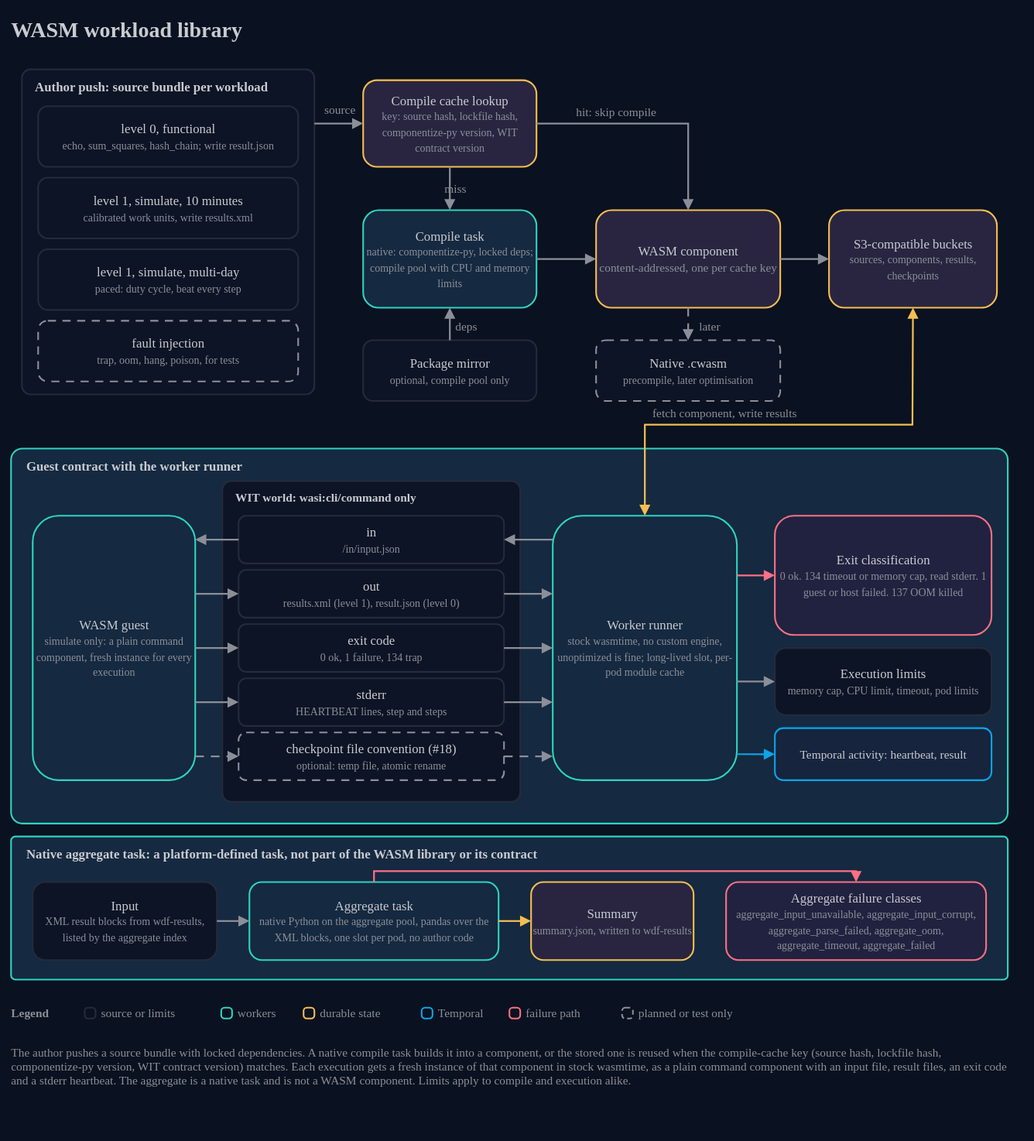
This is docs/architecture/14-wasm-workload-library.drawio.svg from AndoNorth/wasm-dag-forge, a draw.io export, as it was before one commit. Source tidied: cells renumbered, new cells last; positions are measured from the earlier drawing's top-left corner, leaving out a move shared by most shapes.
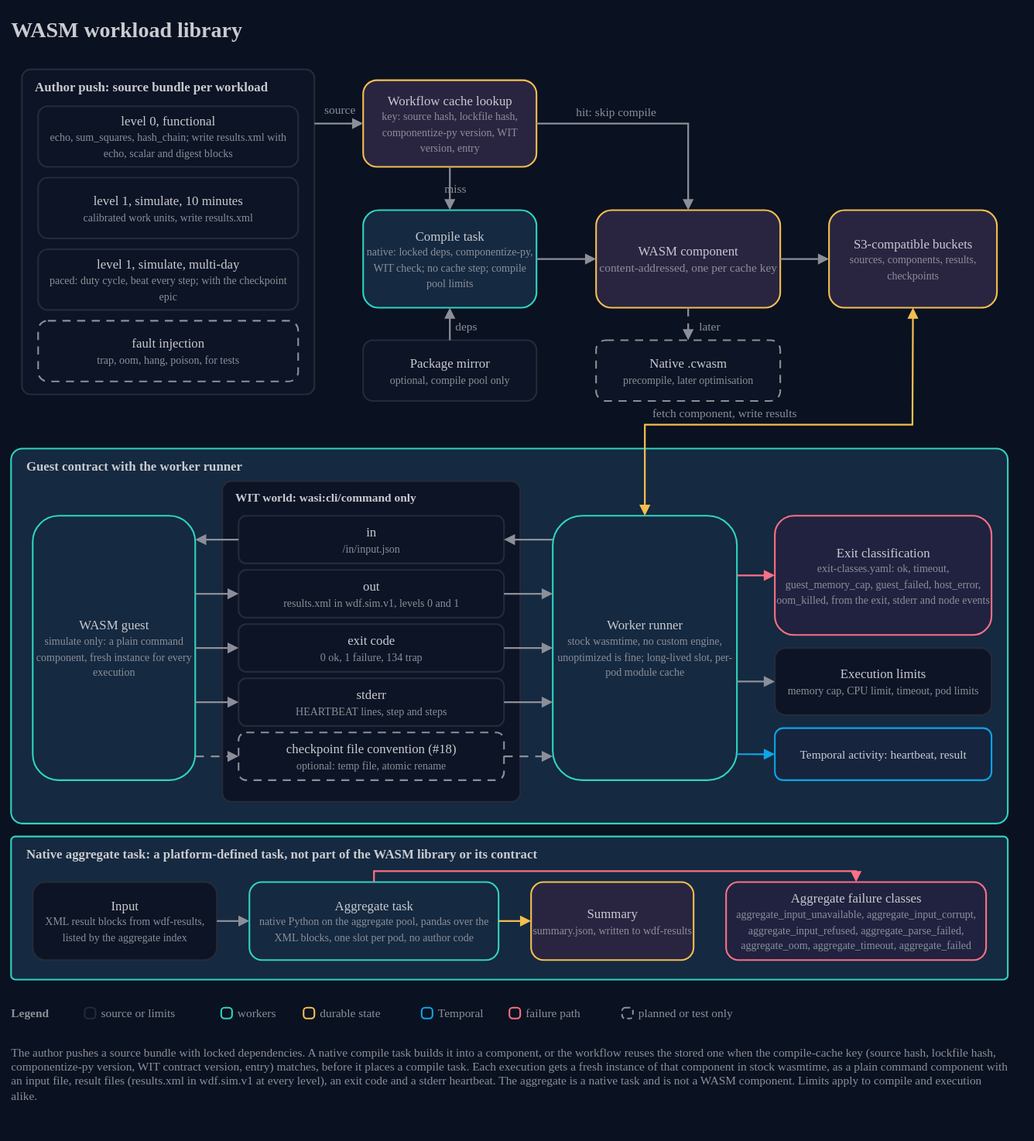
Above is the later version.

Change to the diagram source:
```diff
@@ -14,19 +14,19 @@
     <mxCell id="5" value="level 1, simulate, 10 minutes&lt;br&gt;&lt;font color=&quot;#8c8f98&quot; style=&quot;font-size:10px&quot;&gt;calibrated work units, write results.xml&lt;/font&gt;" style="rounded=1;arcSize=16;html=1;whiteSpace=wrap;fillColor=#0c1425;strokeColor=#252b39;strokeWidth=1.5;fontColor=#c9cbd0;fontSize=12;fontFamily=IBM Plex Sans;align=center;verticalAlign=middle;" parent="1" vertex="1">
       <mxGeometry x="25" y="154" width="240" height="56" as="geometry" />
     </mxCell>
-    <mxCell id="6" value="level 0, functional&lt;br&gt;&lt;font color=&quot;#8c8f98&quot; style=&quot;font-size:10px&quot;&gt;echo, sum_squares, hash_chain; write result.json&lt;/font&gt;" style="rounded=1;arcSize=16;html=1;whiteSpace=wrap;fillColor=#0c1425;strokeColor=#252b39;strokeWidth=1.5;fontColor=#c9cbd0;fontSize=12;fontFamily=IBM Plex Sans;align=center;verticalAlign=middle;" parent="1" vertex="1">
+    <mxCell id="6" value="level 0, functional&lt;br&gt;&lt;font color=&quot;#8c8f98&quot; style=&quot;font-size:10px&quot;&gt;echo, sum_squares, hash_chain; write results.xml with echo, scalar and digest blocks&lt;/font&gt;" style="rounded=1;arcSize=16;html=1;whiteSpace=wrap;fillColor=#0c1425;strokeColor=#252b39;strokeWidth=1.5;fontColor=#c9cbd0;fontSize=12;fontFamily=IBM Plex Sans;align=center;verticalAlign=middle;" parent="1" vertex="1">
       <mxGeometry x="25" y="88" width="240" height="56" as="geometry" />
     </mxCell>
-    <mxCell id="7" value="level 1, simulate, multi-day&lt;br&gt;&lt;font color=&quot;#8c8f98&quot; style=&quot;font-size:10px&quot;&gt;paced: duty cycle, beat every step&lt;/font&gt;" style="rounded=1;arcSize=16;html=1;whiteSpace=wrap;fillColor=#0c1425;strokeColor=#252b39;strokeWidth=1.5;fontColor=#c9cbd0;fontSize=12;fontFamily=IBM Plex Sans;align=center;verticalAlign=middle;" parent="1" vertex="1">
+    <mxCell id="7" value="level 1, simulate, multi-day&lt;br&gt;&lt;font color=&quot;#8c8f98&quot; style=&quot;font-size:10px&quot;&gt;paced: duty cycle, beat every step; with the checkpoint epic&lt;/font&gt;" style="rounded=1;arcSize=16;html=1;whiteSpace=wrap;fillColor=#0c1425;strokeColor=#252b39;strokeWidth=1.5;fontColor=#c9cbd0;fontSize=12;fontFamily=IBM Plex Sans;align=center;verticalAlign=middle;" parent="1" vertex="1">
       <mxGeometry x="25" y="220" width="240" height="56" as="geometry" />
     </mxCell>
     <mxCell id="8" value="fault injection&lt;br&gt;&lt;font color=&quot;#8c8f98&quot; style=&quot;font-size:10px&quot;&gt;trap, oom, hang, poison, for tests&lt;/font&gt;" style="rounded=1;arcSize=16;html=1;whiteSpace=wrap;fillColor=#0c1425;strokeColor=#8c8f98;strokeWidth=1.5;dashed=1;dashPattern=5 4;fontColor=#c9cbd0;fontSize=12;fontFamily=IBM Plex Sans;align=center;verticalAlign=middle;" parent="1" vertex="1">
       <mxGeometry x="25" y="286" width="240" height="56" as="geometry" />
     </mxCell>
-    <mxCell id="9" value="Compile cache lookup&lt;br&gt;&lt;font color=&quot;#8c8f98&quot; style=&quot;font-size:10px&quot;&gt;key: source hash, lockfile hash, componentize-py version, WIT contract version&lt;/font&gt;" style="rounded=1;arcSize=16;html=1;whiteSpace=wrap;fillColor=#292541;strokeColor=#f4bf51;strokeWidth=1.5;fontColor=#c9cbd0;fontSize=12;fontFamily=IBM Plex Sans;align=center;verticalAlign=middle;" parent="1" vertex="1">
+    <mxCell id="9" value="Workflow cache lookup&lt;br&gt;&lt;font color=&quot;#8c8f98&quot; style=&quot;font-size:10px&quot;&gt;key: source hash, lockfile hash, componentize-py version, WIT version, entry&lt;/font&gt;" style="rounded=1;arcSize=16;html=1;whiteSpace=wrap;fillColor=#292541;strokeColor=#f4bf51;strokeWidth=1.5;fontColor=#c9cbd0;fontSize=12;fontFamily=IBM Plex Sans;align=center;verticalAlign=middle;" parent="1" vertex="1">
       <mxGeometry x="325" y="64" width="160" height="80" as="geometry" />
     </mxCell>
-    <mxCell id="10" value="Compile task&lt;br&gt;&lt;font color=&quot;#8c8f98&quot; style=&quot;font-size:10px&quot;&gt;native: componentize-py, locked deps; compile pool with CPU and memory limits&lt;/font&gt;" style="rounded=1;arcSize=16;html=1;whiteSpace=wrap;fillColor=#152940;strokeColor=#2fd4bf;strokeWidth=1.5;fontColor=#c9cbd0;fontSize=12;fontFamily=IBM Plex Sans;align=center;verticalAlign=middle;" parent="1" vertex="1">
+    <mxCell id="10" value="Compile task&lt;br&gt;&lt;font color=&quot;#8c8f98&quot; style=&quot;font-size:10px&quot;&gt;native: locked deps, componentize-py, WIT check; no cache step; compile pool limits&lt;/font&gt;" style="rounded=1;arcSize=16;html=1;whiteSpace=wrap;fillColor=#152940;strokeColor=#2fd4bf;strokeWidth=1.5;fontColor=#c9cbd0;fontSize=12;fontFamily=IBM Plex Sans;align=center;verticalAlign=middle;" parent="1" vertex="1">
       <mxGeometry x="325" y="184" width="160" height="90" as="geometry" />
     </mxCell>
     <mxCell id="11" value="Package mirror&lt;br&gt;&lt;font color=&quot;#8c8f98&quot; style=&quot;font-size:10px&quot;&gt;optional, compile pool only&lt;/font&gt;" style="rounded=1;arcSize=16;html=1;whiteSpace=wrap;fillColor=#0c1425;strokeColor=#252b39;strokeWidth=1.5;fontColor=#c9cbd0;fontSize=12;fontFamily=IBM Plex Sans;align=center;verticalAlign=middle;" parent="1" vertex="1">
@@ -99,7 +99,7 @@
     <mxCell id="32" value="Summary&lt;br&gt;&lt;font color=&quot;#8c8f98&quot; style=&quot;font-size:10px&quot;&gt;summary.json, written to wdf-results&lt;/font&gt;" style="rounded=1;arcSize=16;html=1;whiteSpace=wrap;fillColor=#292541;strokeColor=#f4bf51;strokeWidth=1.5;fontColor=#c9cbd0;fontSize=12;fontFamily=IBM Plex Sans;align=center;verticalAlign=middle;" parent="1" vertex="1">
       <mxGeometry x="480" y="804" width="150" height="72" as="geometry" />
     </mxCell>
-    <mxCell id="33" value="Aggregate failure classes&lt;br&gt;&lt;font color=&quot;#8c8f98&quot; style=&quot;font-size:10px&quot;&gt;aggregate_input_unavailable, aggregate_input_corrupt, aggregate_parse_failed, aggregate_oom, aggregate_timeout, aggregate_failed&lt;/font&gt;" style="rounded=1;arcSize=16;html=1;whiteSpace=wrap;fillColor=#212240;strokeColor=#fb7085;strokeWidth=1.5;fontColor=#c9cbd0;fontSize=12;fontFamily=IBM Plex Sans;align=center;verticalAlign=middle;" parent="1" vertex="1">
+    <mxCell id="33" value="Aggregate failure classes&lt;br&gt;&lt;font color=&quot;#8c8f98&quot; style=&quot;font-size:10px&quot;&gt;aggregate_input_unavailable, aggregate_input_corrupt, aggregate_input_refused, aggregate_parse_failed, aggregate_oom, aggregate_timeout, aggregate_failed&lt;/font&gt;" style="rounded=1;arcSize=16;html=1;whiteSpace=wrap;fillColor=#212240;strokeColor=#fb7085;strokeWidth=1.5;fontColor=#c9cbd0;fontSize=12;fontFamily=IBM Plex Sans;align=center;verticalAlign=middle;" parent="1" vertex="1">
       <mxGeometry x="660" y="804" width="240" height="72" as="geometry" />
     </mxCell>
     <mxCell id="34" value="Guest contract with the worker runner" style="text;html=1;strokeColor=none;fillColor=none;align=left;verticalAlign=middle;whiteSpace=nowrap;fontColor=#c9cbd0;fontSize=12;fontStyle=1;fontFamily=IBM Plex Sans;spacing=0;" parent="1" vertex="1">
@@ -117,7 +117,7 @@
     <mxCell id="38" value="in&lt;br&gt;&lt;font color=&quot;#8c8f98&quot; style=&quot;font-size:10px&quot;&gt;/in/input.json&lt;/font&gt;" style="rounded=1;arcSize=16;html=1;whiteSpace=wrap;fillColor=#0c1425;strokeColor=#252b39;strokeWidth=1.5;fontColor=#c9cbd0;fontSize=12;fontFamily=IBM Plex Sans;align=center;verticalAlign=middle;" parent="1" vertex="1">
       <mxGeometry x="210" y="466" width="245" height="44" as="geometry" />
     </mxCell>
-    <mxCell id="39" value="out&lt;br&gt;&lt;font color=&quot;#8c8f98&quot; style=&quot;font-size:10px&quot;&gt;results.xml (level 1), result.json (level 0)&lt;/font&gt;" style="rounded=1;arcSize=16;html=1;whiteSpace=wrap;fillColor=#0c1425;strokeColor=#252b39;strokeWidth=1.5;fontColor=#c9cbd0;fontSize=12;fontFamily=IBM Plex Sans;align=center;verticalAlign=middle;" parent="1" vertex="1">
+    <mxCell id="39" value="out&lt;br&gt;&lt;font color=&quot;#8c8f98&quot; style=&quot;font-size:10px&quot;&gt;results.xml in wdf.sim.v1, levels 0 and 1&lt;/font&gt;" style="rounded=1;arcSize=16;html=1;whiteSpace=wrap;fillColor=#0c1425;strokeColor=#252b39;strokeWidth=1.5;fontColor=#c9cbd0;fontSize=12;fontFamily=IBM Plex Sans;align=center;verticalAlign=middle;" parent="1" vertex="1">
       <mxGeometry x="210" y="516" width="245" height="44" as="geometry" />
     </mxCell>
     <mxCell id="40" value="exit code&lt;br&gt;&lt;font color=&quot;#8c8f98&quot; style=&quot;font-size:10px&quot;&gt;0 ok, 1 failure, 134 trap&lt;/font&gt;" style="rounded=1;arcSize=16;html=1;whiteSpace=wrap;fillColor=#0c1425;strokeColor=#252b39;strokeWidth=1.5;fontColor=#c9cbd0;fontSize=12;fontFamily=IBM Plex Sans;align=center;verticalAlign=middle;" parent="1" vertex="1">
@@ -168,7 +168,7 @@
     <mxCell id="55" style="endArrow=block;endFill=1;startArrow=none;startFill=1;html=1;rounded=0;strokeColor=#8c8f98;strokeWidth=1.6;exitX=1;exitY=0.5;exitDx=0;exitDy=0;entryX=0;entryY=0.9098;entryDx=0;entryDy=0;dashed=1;dashPattern=5 4;" parent="1" edge="1" source="42" target="50">
       <mxGeometry relative="1" as="geometry" />
     </mxCell>
-    <mxCell id="56" value="Exit classification&lt;br&gt;&lt;font color=&quot;#8c8f98&quot; style=&quot;font-size:10px&quot;&gt;0 ok. 134 timeout or memory cap, read stderr. 1 guest or host failed. 137 OOM killed&lt;/font&gt;" style="rounded=1;arcSize=16;html=1;whiteSpace=wrap;fillColor=#212240;strokeColor=#fb7085;strokeWidth=1.5;fontColor=#c9cbd0;fontSize=12;fontFamily=IBM Plex Sans;align=center;verticalAlign=middle;" parent="1" vertex="1">
+    <mxCell id="56" value="Exit classification&lt;br&gt;&lt;font color=&quot;#8c8f98&quot; style=&quot;font-size:10px&quot;&gt;exit-classes.yaml: ok, timeout, guest_memory_cap, guest_failed, host_error, oom_killed, from the exit, stderr and node events&lt;/font&gt;" style="rounded=1;arcSize=16;html=1;whiteSpace=wrap;fillColor=#212240;strokeColor=#fb7085;strokeWidth=1.5;fontColor=#c9cbd0;fontSize=12;fontFamily=IBM Plex Sans;align=center;verticalAlign=middle;" parent="1" vertex="1">
       <mxGeometry x="705" y="466" width="200" height="110" as="geometry" />
     </mxCell>
     <mxCell id="57" value="Execution limits&lt;br&gt;&lt;font color=&quot;#8c8f98&quot; style=&quot;font-size:10px&quot;&gt;memory cap, CPU limit, timeout, pod limits&lt;/font&gt;" style="rounded=1;arcSize=16;html=1;whiteSpace=wrap;fillColor=#0c1425;strokeColor=#252b39;strokeWidth=1.5;fontColor=#c9cbd0;fontSize=12;fontFamily=IBM Plex Sans;align=center;verticalAlign=middle;" parent="1" vertex="1">
@@ -244,7 +244,7 @@
     <mxCell id="77" value="planned or test only" style="text;html=1;strokeColor=none;fillColor=none;align=left;verticalAlign=middle;whiteSpace=nowrap;fontColor=#8c8f98;fontSize=11;fontFamily=IBM Plex Sans;spacing=0;" parent="1" vertex="1">
       <mxGeometry x="579" y="916" width="120" height="18" as="geometry" />
     </mxCell>
-    <mxCell id="78" value="The author pushes a source bundle with locked dependencies. A native compile task builds it into a component, or the stored one is reused when the compile-cache key (source hash, lockfile hash, componentize-py version, WIT contract version) matches. Each execution gets a fresh instance of that component in stock wasmtime, as a plain command component with an input file, result files, an exit code and a stderr heartbeat. The aggregate is a native task and is not a WASM component. Limits apply to compile and execution alike." style="text;html=1;strokeColor=none;fillColor=none;align=left;verticalAlign=top;whiteSpace=wrap;fontColor=#8c8f98;fontSize=11;fontFamily=IBM Plex Sans;spacing=0;" parent="1" vertex="1">
+    <mxCell id="78" value="The author pushes a source bundle with locked dependencies. A native compile task builds it into a component, or the workflow reuses the stored one when the compile-cache key (source hash, lockfile hash, componentize-py version, WIT contract version, entry) matches, before it places a compile task. Each execution gets a fresh instance of that component in stock wasmtime, as a plain command component with an input file, result files (results.xml in wdf.sim.v1 at every level), an exit code and a stderr heartbeat. The aggregate is a native task and is not a WASM component. Limits apply to compile and execution alike." style="text;html=1;strokeColor=none;fillColor=none;align=left;verticalAlign=top;whiteSpace=wrap;fontColor=#8c8f98;fontSize=11;fontFamily=IBM Plex Sans;spacing=0;" parent="1" vertex="1">
       <mxGeometry y="950" width="920" height="72" as="geometry" />
     </mxCell>
   </root>
```
